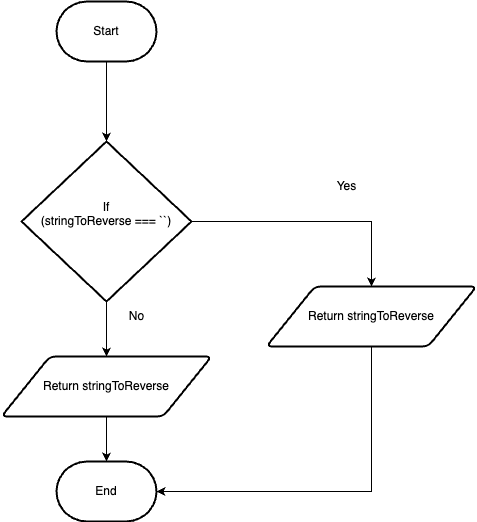
Before: 3-01/design/Flowchart.png, a diagram exported from draw.io (Mikael-Amare/ICS4U-Unit3). Source tidied: cells renumbered, new cells last; positions are measured from the earlier drawing's top-left corner, leaving out a move shared by most shapes. Source of this version:
```xml
<mxGraphModel>
  <root>
    <mxCell id="0" />
    <mxCell id="1" parent="0" />
    <mxCell id="2" style="edgeStyle=orthogonalEdgeStyle;rounded=0;html=1;exitX=0.5;exitY=1;exitDx=0;exitDy=0;entryX=1;entryY=0.5;entryDx=0;entryDy=0;entryPerimeter=0;startArrow=none;" parent="1" edge="1" source="13" target="7">
      <mxGeometry relative="1" as="geometry" />
    </mxCell>
    <mxCell id="3" value="Start" style="strokeWidth=2;html=1;shape=mxgraph.flowchart.terminator;whiteSpace=wrap;" parent="1" vertex="1">
      <mxGeometry x="55" width="100" height="60" as="geometry" />
    </mxCell>
    <mxCell id="4" style="edgeStyle=orthogonalEdgeStyle;html=1;exitX=1;exitY=0.5;exitDx=0;exitDy=0;exitPerimeter=0;entryX=0.5;entryY=0;entryDx=0;entryDy=0;rounded=0;" parent="1" edge="1" source="10" target="13">
      <mxGeometry relative="1" as="geometry">
        <Array as="points">
          <mxPoint x="370" y="220" />
        </Array>
      </mxGeometry>
    </mxCell>
    <mxCell id="5" style="edgeStyle=orthogonalEdgeStyle;rounded=0;html=1;exitX=0.5;exitY=1;exitDx=0;exitDy=0;exitPerimeter=0;" parent="1" edge="1" source="10" target="9">
      <mxGeometry relative="1" as="geometry" />
    </mxCell>
    <mxCell id="6" style="edgeStyle=orthogonalEdgeStyle;rounded=0;html=1;exitX=0.5;exitY=1;exitDx=0;exitDy=0;exitPerimeter=0;entryX=0.5;entryY=0;entryDx=0;entryDy=0;entryPerimeter=0;" parent="1" edge="1" source="3" target="10">
      <mxGeometry relative="1" as="geometry" />
    </mxCell>
    <mxCell id="7" value="End" style="strokeWidth=2;html=1;shape=mxgraph.flowchart.terminator;whiteSpace=wrap;" parent="1" vertex="1">
      <mxGeometry x="55" y="460" width="100" height="60" as="geometry" />
    </mxCell>
    <mxCell id="8" style="edgeStyle=orthogonalEdgeStyle;rounded=0;html=1;entryX=0.5;entryY=0;entryDx=0;entryDy=0;entryPerimeter=0;" parent="1" edge="1" source="9" target="7">
      <mxGeometry relative="1" as="geometry" />
    </mxCell>
    <mxCell id="9" value="Return&amp;nbsp;stringToReverse" style="shape=parallelogram;html=1;strokeWidth=2;perimeter=parallelogramPerimeter;whiteSpace=wrap;rounded=1;arcSize=12;size=0.23;" parent="1" vertex="1">
      <mxGeometry y="355" width="210" height="60" as="geometry" />
    </mxCell>
    <mxCell id="10" value="If&lt;br&gt;&lt;div&gt;(stringToReverse === ``)&lt;/div&gt;&lt;div&gt;&lt;br&gt;&lt;/div&gt;&lt;div&gt;&lt;/div&gt;" style="strokeWidth=2;html=1;shape=mxgraph.flowchart.decision;whiteSpace=wrap;" parent="1" vertex="1">
      <mxGeometry x="20" y="140" width="170" height="160" as="geometry" />
    </mxCell>
    <mxCell id="11" value="Yes" style="text;html=1;align=center;verticalAlign=middle;points=[];strokeColor=none;fillColor=none;" parent="1" vertex="1">
      <mxGeometry x="325" y="170" width="40" height="30" as="geometry" />
    </mxCell>
    <mxCell id="12" value="No" style="text;html=1;align=center;verticalAlign=middle;strokeColor=none;fillColor=none;" parent="1" vertex="1">
      <mxGeometry x="115" y="300" width="40" height="30" as="geometry" />
    </mxCell>
    <mxCell id="13" value="Return&amp;nbsp;stringToReverse" style="shape=parallelogram;html=1;strokeWidth=2;perimeter=parallelogramPerimeter;whiteSpace=wrap;rounded=1;arcSize=12;size=0.23;" parent="1" vertex="1">
      <mxGeometry x="265" y="285" width="210" height="60" as="geometry" />
    </mxCell>
  </root>
</mxGraphModel>
```
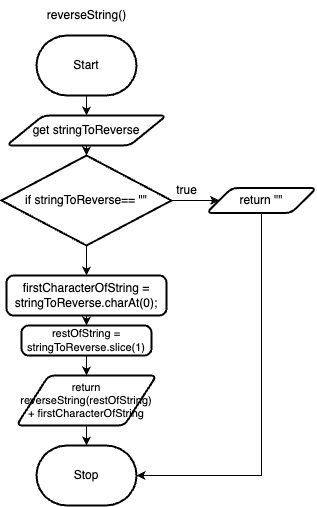
Later version of the same file.

Change to the diagram source:
```diff
@@ -2,45 +2,59 @@
   <root>
     <mxCell id="0" />
     <mxCell id="1" parent="0" />
+    <mxCell id="7" style="edgeStyle=orthogonalEdgeStyle;html=1;exitX=0.5;exitY=1;exitDx=0;exitDy=0;exitPerimeter=0;rounded=0;" parent="1" edge="1" source="14" target="15">
+      <mxGeometry relative="1" as="geometry" />
+    </mxCell>
+    <mxCell id="14" value="Start" style="strokeWidth=2;html=1;shape=mxgraph.flowchart.terminator;whiteSpace=wrap;" parent="1" vertex="1">
+      <mxGeometry x="165" y="-80" width="100" height="60" as="geometry" />
+    </mxCell>
+    <mxCell id="3" value="Stop" style="strokeWidth=2;html=1;shape=mxgraph.flowchart.terminator;whiteSpace=wrap;" parent="1" vertex="1">
+      <mxGeometry x="165" y="330" width="100" height="60" as="geometry" />
+    </mxCell>
+    <mxCell id="5" style="edgeStyle=none;html=1;exitX=0.5;exitY=1;exitDx=0;exitDy=0;entryX=0.5;entryY=0;entryDx=0;entryDy=0;entryPerimeter=0;fontFamily=Helvetica;fontSize=12;fontColor=default;" parent="1" edge="1" source="15" target="16">
+      <mxGeometry relative="1" as="geometry" />
+    </mxCell>
+    <mxCell id="15" value="get stringToReverse" style="shape=parallelogram;html=1;strokeWidth=2;perimeter=parallelogramPerimeter;whiteSpace=wrap;rounded=1;arcSize=12;size=0.23;" parent="1" vertex="1">
+      <mxGeometry x="135" width="160" height="30" as="geometry" />
+    </mxCell>
+    <mxCell id="4" value="reverseString()" style="text;html=1;align=center;verticalAlign=middle;strokeColor=none;fillColor=none;" parent="1" vertex="1">
+      <mxGeometry x="165" y="-115" width="100" height="30" as="geometry" />
+    </mxCell>
-    <mxCell id="2" style="edgeStyle=orthogonalEdgeStyle;rounded=0;html=1;exitX=0.5;exitY=1;exitDx=0;exitDy=0;entryX=1;entryY=0.5;entryDx=0;entryDy=0;entryPerimeter=0;startArrow=none;" parent="1" edge="1" source="13" target="7">
+    <mxCell id="2" style="edgeStyle=none;html=1;exitX=1;exitY=0.5;exitDx=0;exitDy=0;exitPerimeter=0;entryX=0;entryY=0.5;entryDx=0;entryDy=0;fontFamily=Helvetica;fontSize=12;fontColor=default;" parent="1" edge="1" source="16" target="8">
       <mxGeometry relative="1" as="geometry" />
     </mxCell>
-    <mxCell id="3" value="Start" style="strokeWidth=2;html=1;shape=mxgraph.flowchart.terminator;whiteSpace=wrap;" parent="1" vertex="1">
-      <mxGeometry x="55" width="100" height="60" as="geometry" />
-    </mxCell>
-    <mxCell id="4" style="edgeStyle=orthogonalEdgeStyle;html=1;exitX=1;exitY=0.5;exitDx=0;exitDy=0;exitPerimeter=0;entryX=0.5;entryY=0;entryDx=0;entryDy=0;rounded=0;" parent="1" edge="1" source="10" target="13">
-      <mxGeometry relative="1" as="geometry">
-        <Array as="points">
-          <mxPoint x="370" y="220" />
-        </Array>
-      </mxGeometry>
-    </mxCell>
-    <mxCell id="5" style="edgeStyle=orthogonalEdgeStyle;rounded=0;html=1;exitX=0.5;exitY=1;exitDx=0;exitDy=0;exitPerimeter=0;" parent="1" edge="1" source="10" target="9">
-      <mxGeometry relative="1" as="geometry" />
-    </mxCell>
-    <mxCell id="6" style="edgeStyle=orthogonalEdgeStyle;rounded=0;html=1;exitX=0.5;exitY=1;exitDx=0;exitDy=0;exitPerimeter=0;entryX=0.5;entryY=0;entryDx=0;entryDy=0;entryPerimeter=0;" parent="1" edge="1" source="3" target="10">
+    <mxCell id="6" style="edgeStyle=orthogonalEdgeStyle;shape=connector;rounded=0;html=1;exitX=0.5;exitY=1;exitDx=0;exitDy=0;exitPerimeter=0;entryX=0.5;entryY=0;entryDx=0;entryDy=0;labelBackgroundColor=default;strokeColor=default;fontFamily=Helvetica;fontSize=11;fontColor=default;endArrow=classic;" parent="1" edge="1" source="16" target="10">
       <mxGeometry relative="1" as="geometry" />
     </mxCell>
-    <mxCell id="7" value="End" style="strokeWidth=2;html=1;shape=mxgraph.flowchart.terminator;whiteSpace=wrap;" parent="1" vertex="1">
-      <mxGeometry x="55" y="460" width="100" height="60" as="geometry" />
-    </mxCell>
+    <mxCell id="16" value="if stringToReverse== &quot;&quot;" style="strokeWidth=2;html=1;shape=mxgraph.flowchart.decision;whiteSpace=wrap;rounded=1;strokeColor=default;fontFamily=Helvetica;fontSize=12;fontColor=default;fillColor=default;" parent="1" vertex="1">
+      <mxGeometry x="130" y="40" width="170" height="90" as="geometry" />
+    </mxCell>
+    <mxCell id="17" style="edgeStyle=orthogonalEdgeStyle;shape=connector;rounded=0;html=1;exitX=0.5;exitY=1;exitDx=0;exitDy=0;entryX=1;entryY=0.5;entryDx=0;entryDy=0;entryPerimeter=0;labelBackgroundColor=default;strokeColor=default;fontFamily=Helvetica;fontSize=11;fontColor=default;endArrow=classic;" parent="1" edge="1" source="8" target="3">
+      <mxGeometry relative="1" as="geometry" />
+    </mxCell>
-    <mxCell id="8" style="edgeStyle=orthogonalEdgeStyle;rounded=0;html=1;entryX=0.5;entryY=0;entryDx=0;entryDy=0;entryPerimeter=0;" parent="1" edge="1" source="9" target="7">
-      <mxGeometry relative="1" as="geometry" />
+    <mxCell id="8" value="return &quot;&quot;" style="shape=parallelogram;html=1;strokeWidth=2;perimeter=parallelogramPerimeter;whiteSpace=wrap;rounded=1;arcSize=12;size=0.23;strokeColor=default;fontFamily=Helvetica;fontSize=12;fontColor=default;fillColor=default;" parent="1" vertex="1">
+      <mxGeometry x="335" y="72.5" width="110" height="25" as="geometry" />
     </mxCell>
-    <mxCell id="9" value="Return&amp;nbsp;stringToReverse" style="shape=parallelogram;html=1;strokeWidth=2;perimeter=parallelogramPerimeter;whiteSpace=wrap;rounded=1;arcSize=12;size=0.23;" parent="1" vertex="1">
-      <mxGeometry y="355" width="210" height="60" as="geometry" />
-    </mxCell>
+    <mxCell id="18" value="true" style="text;html=1;align=center;verticalAlign=middle;strokeColor=none;fillColor=none;fontSize=12;fontFamily=Helvetica;fontColor=default;" parent="1" vertex="1">
+      <mxGeometry x="295" y="60" width="40" height="30" as="geometry" />
+    </mxCell>
+    <mxCell id="12" style="edgeStyle=orthogonalEdgeStyle;shape=connector;rounded=0;html=1;exitX=0.5;exitY=1;exitDx=0;exitDy=0;entryX=0.5;entryY=0;entryDx=0;entryDy=0;labelBackgroundColor=default;strokeColor=default;fontFamily=Helvetica;fontSize=11;fontColor=default;endArrow=classic;" parent="1" edge="1" source="10" target="11">
+      <mxGeometry relative="1" as="geometry" />
+    </mxCell>
-    <mxCell id="10" value="If&lt;br&gt;&lt;div&gt;(stringToReverse === ``)&lt;/div&gt;&lt;div&gt;&lt;br&gt;&lt;/div&gt;&lt;div&gt;&lt;/div&gt;" style="strokeWidth=2;html=1;shape=mxgraph.flowchart.decision;whiteSpace=wrap;" parent="1" vertex="1">
-      <mxGeometry x="20" y="140" width="170" height="160" as="geometry" />
+    <mxCell id="10" value="firstCharacterOfString = stringToReverse.charAt(0);" style="rounded=1;whiteSpace=wrap;html=1;absoluteArcSize=1;arcSize=14;strokeWidth=2;strokeColor=default;fontFamily=Helvetica;fontSize=12;fontColor=default;fillColor=default;" parent="1" vertex="1">
+      <mxGeometry x="135" y="160" width="160" height="40" as="geometry" />
     </mxCell>
+    <mxCell id="19" style="edgeStyle=orthogonalEdgeStyle;shape=connector;rounded=0;html=1;exitX=0.5;exitY=1;exitDx=0;exitDy=0;entryX=0.5;entryY=0;entryDx=0;entryDy=0;labelBackgroundColor=default;strokeColor=default;fontFamily=Helvetica;fontSize=11;fontColor=default;endArrow=classic;" parent="1" edge="1" source="11" target="13">
+      <mxGeometry relative="1" as="geometry" />
+    </mxCell>
-    <mxCell id="11" value="Yes" style="text;html=1;align=center;verticalAlign=middle;points=[];strokeColor=none;fillColor=none;" parent="1" vertex="1">
-      <mxGeometry x="325" y="170" width="40" height="30" as="geometry" />
+    <mxCell id="11" value="restOfString = stringToReverse.slice(1)" style="rounded=1;whiteSpace=wrap;html=1;absoluteArcSize=1;arcSize=14;strokeWidth=2;strokeColor=default;fontFamily=Helvetica;fontSize=11;fontColor=default;fillColor=default;" parent="1" vertex="1">
+      <mxGeometry x="150" y="210" width="130" height="30" as="geometry" />
     </mxCell>
-    <mxCell id="12" value="No" style="text;html=1;align=center;verticalAlign=middle;strokeColor=none;fillColor=none;" parent="1" vertex="1">
-      <mxGeometry x="115" y="300" width="40" height="30" as="geometry" />
-    </mxCell>
+    <mxCell id="20" style="edgeStyle=orthogonalEdgeStyle;shape=connector;rounded=0;html=1;exitX=0.5;exitY=1;exitDx=0;exitDy=0;entryX=0.5;entryY=0;entryDx=0;entryDy=0;entryPerimeter=0;labelBackgroundColor=default;strokeColor=default;fontFamily=Helvetica;fontSize=11;fontColor=default;endArrow=classic;" parent="1" edge="1" source="13" target="3">
+      <mxGeometry relative="1" as="geometry" />
+    </mxCell>
-    <mxCell id="13" value="Return&amp;nbsp;stringToReverse" style="shape=parallelogram;html=1;strokeWidth=2;perimeter=parallelogramPerimeter;whiteSpace=wrap;rounded=1;arcSize=12;size=0.23;" parent="1" vertex="1">
-      <mxGeometry x="265" y="285" width="210" height="60" as="geometry" />
+    <mxCell id="13" value="return reverseString(restOfString) + firstCharacterOfString" style="shape=parallelogram;html=1;strokeWidth=2;perimeter=parallelogramPerimeter;whiteSpace=wrap;rounded=1;arcSize=12;size=0.23;strokeColor=default;fontFamily=Helvetica;fontSize=11;fontColor=default;fillColor=default;" parent="1" vertex="1">
+      <mxGeometry x="145" y="260" width="140" height="50" as="geometry" />
     </mxCell>
   </root>
 </mxGraphModel>
```
